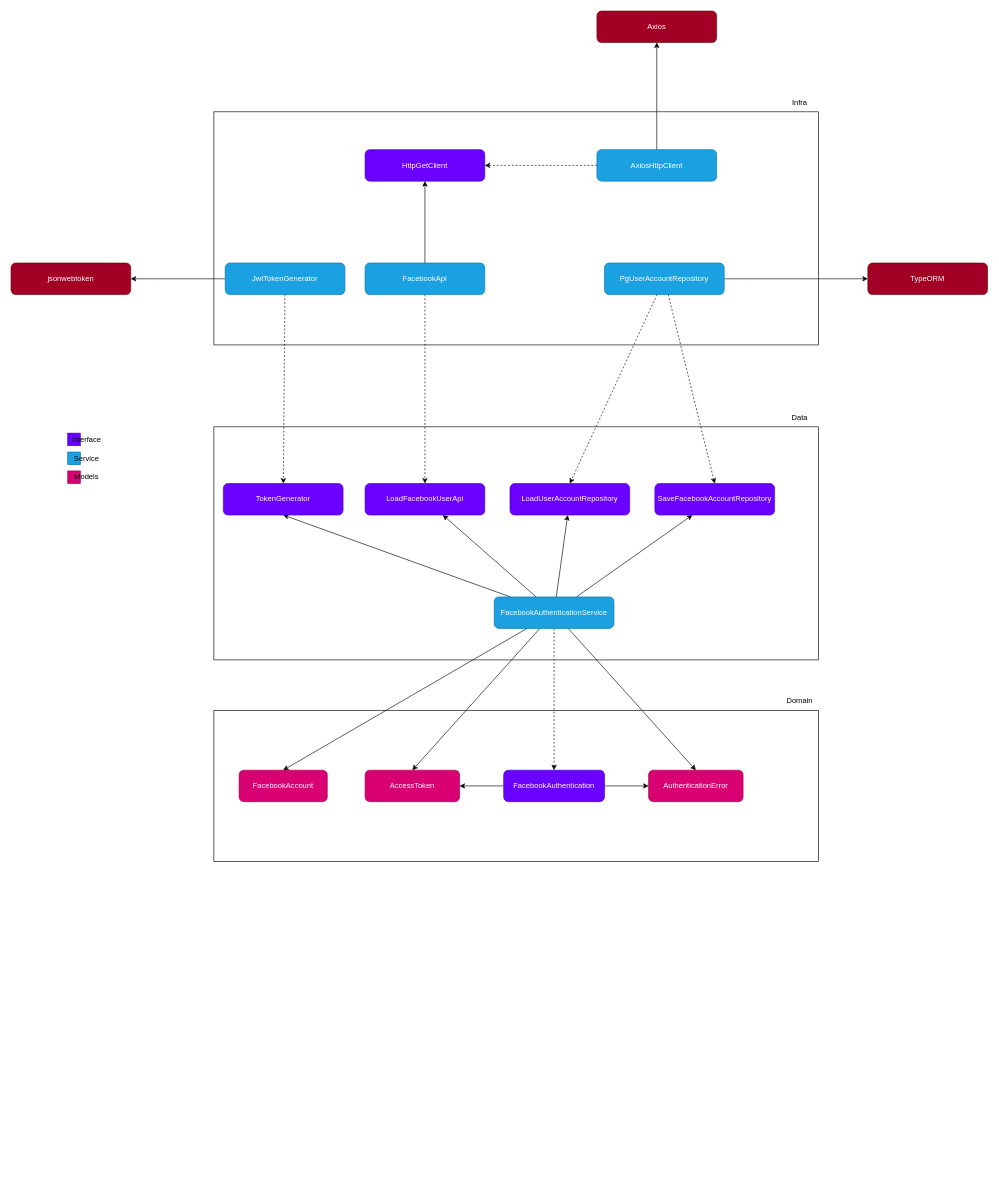
diogo-braz/facebook-api-integration keeps this draw.io diagram as docs/facebook-authentication/dependencies.drawio. Above is the earlier version. Source tidied: cells renumbered, new cells numbered last; positions are measured from the earlier drawing's top-left corner, leaving out a move shared by most shapes. Both pictures are drawn from the tidied source at 63%, with x=0, y=0 at pixel (11, 11).
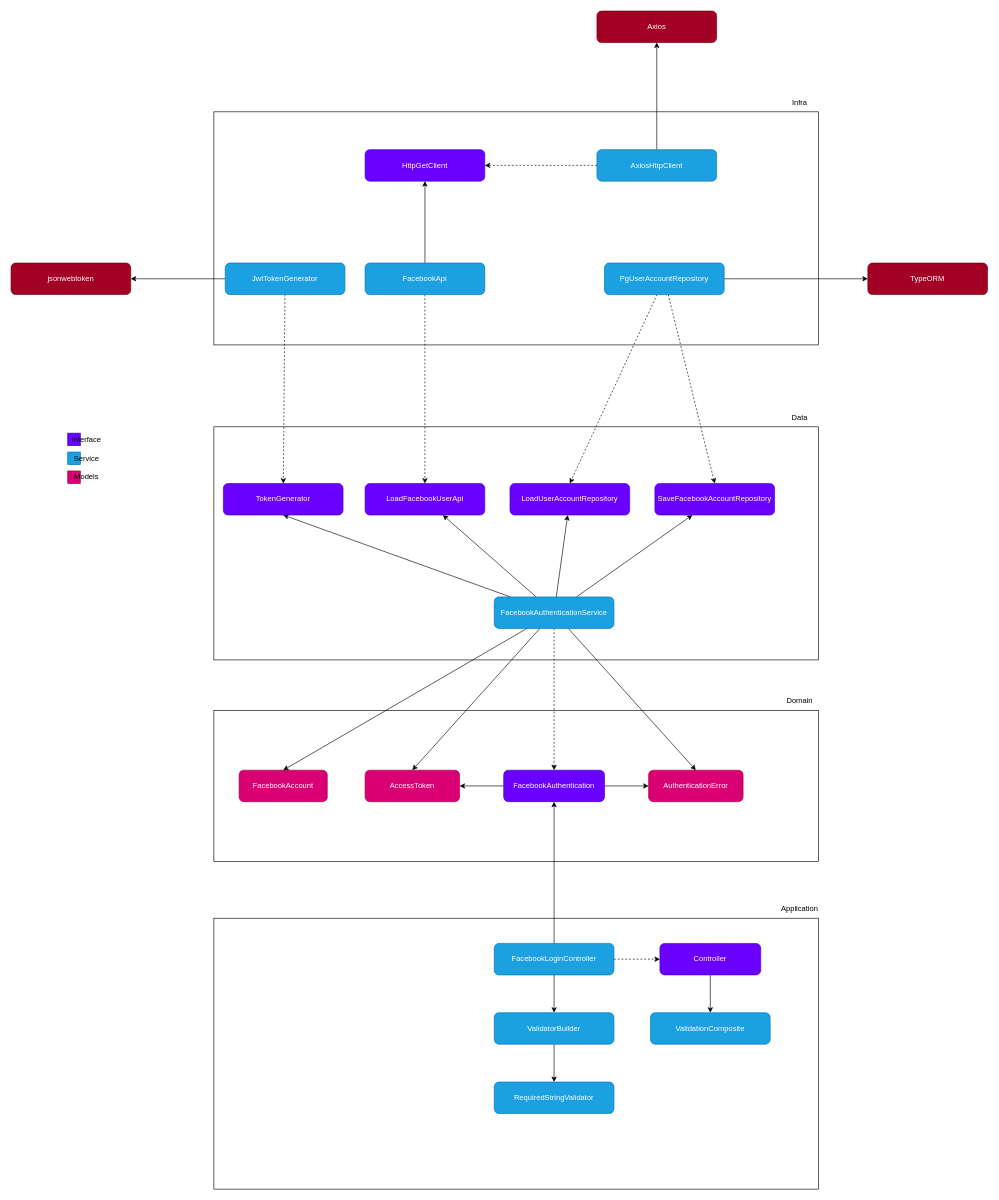
After the change.

Commit message:
docs: update facebook auth diagram

The change refers to these unchanged cells:
```xml
<mxCell id="6" value="FacebookAuthentication" style="rounded=1;whiteSpace=wrap;html=1;fillColor=#6a00ff;fontColor=#ffffff;strokeColor=#3700CC;" parent="1" vertex="1">
  <mxGeometry x="782" y="1205" width="160" height="50" as="geometry" />
</mxCell>
```

Diff of the diagram source:
```diff
@@
+    <mxCell id="57" style="rounded=0;whiteSpace=wrap;html=1;" parent="1" vertex="1">
+      <mxGeometry x="322" y="1440" width="960" height="430" as="geometry" />
+    </mxCell>
+    <mxCell id="58" value="Application" style="text;strokeColor=none;align=center;fillColor=none;html=1;verticalAlign=middle;whiteSpace=wrap;rounded=0;" parent="1" vertex="1">
+      <mxGeometry x="1222" y="1410" width="60" height="30" as="geometry" />
+    </mxCell>
+    <mxCell id="59" style="edgeStyle=none;html=1;" parent="1" edge="1">
+      <mxGeometry relative="1" as="geometry">
+        <mxPoint x="782" y="1560" as="sourcePoint" />
+      </mxGeometry>
+    </mxCell>
+    <mxCell id="60" style="edgeStyle=none;html=1;" parent="1" edge="1">
+      <mxGeometry relative="1" as="geometry">
+        <mxPoint x="1012" y="1560" as="targetPoint" />
+      </mxGeometry>
+    </mxCell>
+    <mxCell id="61" style="edgeStyle=none;html=1;" parent="1" edge="1" source="64" target="6">
+      <mxGeometry relative="1" as="geometry" />
+    </mxCell>
+    <mxCell id="62" style="edgeStyle=none;html=1;dashed=1;" parent="1" edge="1" source="64" target="66">
+      <mxGeometry relative="1" as="geometry" />
+    </mxCell>
+    <mxCell id="63" style="edgeStyle=none;html=1;" parent="1" edge="1" source="64" target="68">
+      <mxGeometry relative="1" as="geometry" />
+    </mxCell>
+    <mxCell id="64" value="FacebookLoginController" style="rounded=1;whiteSpace=wrap;html=1;fillColor=#1ba1e2;fontColor=#ffffff;strokeColor=#006EAF;" parent="1" vertex="1">
+      <mxGeometry x="767" y="1480" width="190" height="50" as="geometry" />
+    </mxCell>
+    <mxCell id="65" style="edgeStyle=none;html=1;" parent="1" edge="1" source="66" target="70">
+      <mxGeometry relative="1" as="geometry" />
+    </mxCell>
+    <mxCell id="66" value="Controller" style="rounded=1;whiteSpace=wrap;html=1;fillColor=#6a00ff;fontColor=#ffffff;strokeColor=#3700CC;" parent="1" vertex="1">
+      <mxGeometry x="1030" y="1480" width="160" height="50" as="geometry" />
+    </mxCell>
+    <mxCell id="67" style="edgeStyle=none;html=1;" parent="1" edge="1" source="68" target="69">
+      <mxGeometry relative="1" as="geometry" />
+    </mxCell>
+    <mxCell id="68" value="ValidatorBuilder" style="rounded=1;whiteSpace=wrap;html=1;fillColor=#1ba1e2;fontColor=#ffffff;strokeColor=#006EAF;" parent="1" vertex="1">
+      <mxGeometry x="767" y="1590" width="190" height="50" as="geometry" />
+    </mxCell>
+    <mxCell id="69" value="RequiredStringValidator" style="rounded=1;whiteSpace=wrap;html=1;fillColor=#1ba1e2;fontColor=#ffffff;strokeColor=#006EAF;" parent="1" vertex="1">
+      <mxGeometry x="767" y="1700" width="190" height="50" as="geometry" />
+    </mxCell>
+    <mxCell id="70" value="&lt;div style=&quot;text-align: center;&quot;&gt;&lt;span style=&quot;text-align: start; background-color: initial;&quot;&gt;ValidationComposite&lt;/span&gt;&lt;/div&gt;" style="rounded=1;whiteSpace=wrap;html=1;fillColor=#1ba1e2;fontColor=#ffffff;strokeColor=#006EAF;" parent="1" vertex="1">
+      <mxGeometry x="1015" y="1590" width="190" height="50" as="geometry" />
+    </mxCell>
```
